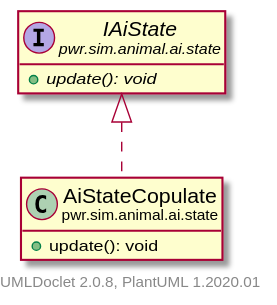
Earlier version of the PlantUML export pwr/sim/animal/ai/state/AiStateCopulate.svg (Bravo555/oop-project).
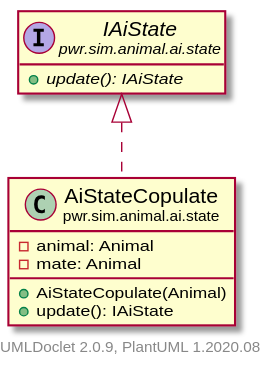
After the commit.

Change to the diagram source:
```diff
@@ -4,14 +4,17 @@
     hide empty methods
 
     class "<size:14>AiStateCopulate\n<size:10>pwr.sim.animal.ai.state" as pwr.sim.animal.ai.state.AiStateCopulate [[AiStateCopulate.html]] {
-        +update(): void
+        -animal: Animal
+        -mate: Animal
+        +AiStateCopulate(Animal)
+        +update(): IAiState
     }
 
     interface "<size:14>IAiState\n<size:10>pwr.sim.animal.ai.state" as pwr.sim.animal.ai.state.IAiState [[IAiState.html]] {
-        {abstract} +update(): void
+        {abstract} +update(): IAiState
     }
 
     pwr.sim.animal.ai.state.IAiState <|.. pwr.sim.animal.ai.state.AiStateCopulate
 
-    center footer UMLDoclet 2.0.8, PlantUML 1.2020.01
+    center footer UMLDoclet 2.0.9, PlantUML 1.2020.08
 @enduml
```
